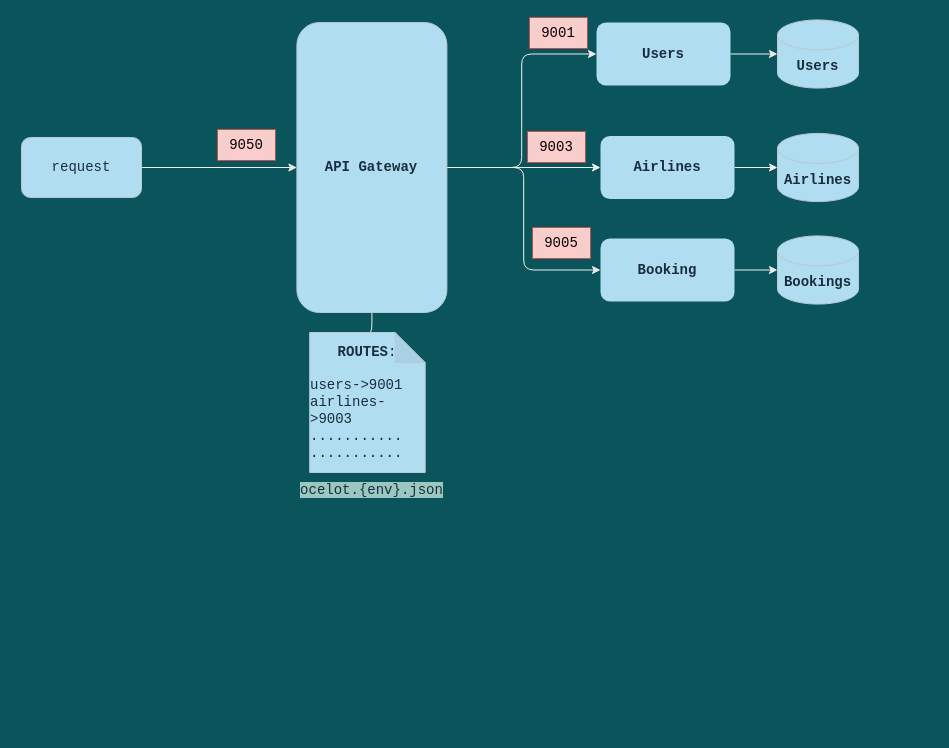
The draw.io diagram UsefulDocs/DesignDiagram/FlightAppDesign.drawio in sanjay-kumar-r/FlightDemo, before the edit. Source tidied: cells renumbered, new cells numbered last; positions are measured from the earlier drawing's top-left corner, leaving out a move shared by most shapes. Both pictures are drawn from the tidied source at 100%, with x=0, y=0 at pixel (21, 17).
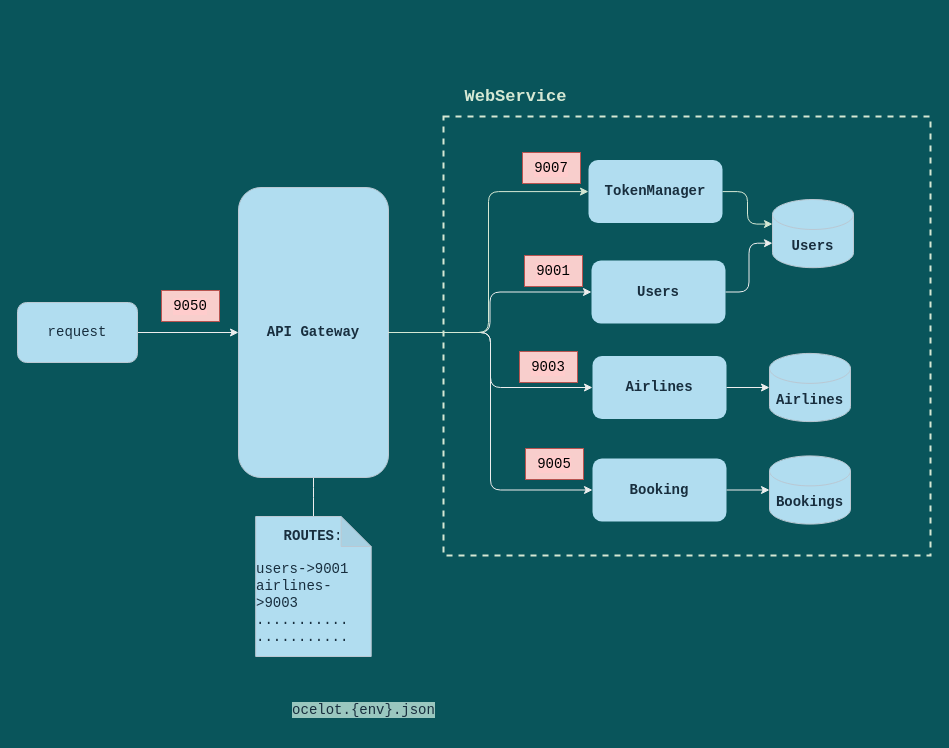
The same page after the edit.

Change to the diagram source:
```diff
@@
+    <mxCell id="6" value="&lt;font face=&quot;Courier New&quot; style=&quot;font-size: 14px&quot;&gt;&lt;b&gt;API Gateway&lt;/b&gt;&lt;/font&gt;" style="rounded=1;whiteSpace=wrap;html=1;fillColor=#B1DDF0;strokeColor=#BAC8D3;fontColor=#182E3E;" parent="1" vertex="1">
+      <mxGeometry x="217" y="170" width="150" height="290" as="geometry" />
+    </mxCell>
@@
-    <mxCell id="6" value="&lt;font face=&quot;Courier New&quot; style=&quot;font-size: 14px&quot;&gt;&lt;b&gt;API Gateway&lt;/b&gt;&lt;/font&gt;" style="rounded=1;whiteSpace=wrap;html=1;fillColor=#B1DDF0;strokeColor=#BAC8D3;fontColor=#182E3E;" parent="1" vertex="1">
-      <mxGeometry x="275.4" y="5" width="150" height="290" as="geometry" />
-    </mxCell>
     <mxCell id="7" value="&lt;font face=&quot;Courier New&quot; style=&quot;font-size: 14px&quot;&gt;&lt;b&gt;ROUTES&lt;/b&gt;:&lt;br&gt;&lt;br&gt;&lt;div style=&quot;text-align: left&quot;&gt;&lt;span&gt;users-&amp;gt;9001&lt;/span&gt;&lt;/div&gt;&lt;div style=&quot;text-align: left&quot;&gt;&lt;span&gt;airlines-&amp;gt;9003&lt;/span&gt;&lt;/div&gt;&lt;div style=&quot;text-align: left&quot;&gt;&lt;span&gt;...........&lt;/span&gt;&lt;/div&gt;&lt;div style=&quot;text-align: left&quot;&gt;&lt;span&gt;...........&lt;/span&gt;&lt;/div&gt;&lt;/font&gt;" style="shape=note;whiteSpace=wrap;html=1;backgroundOutline=1;darkOpacity=0.05;fillColor=#B1DDF0;strokeColor=#BAC8D3;fontColor=#182E3E;rounded=1;" parent="1" vertex="1">
-      <mxGeometry x="288.2" y="315" width="115.5" height="140" as="geometry" />
+      <mxGeometry x="234.2" y="499" width="115.5" height="140" as="geometry" />
     </mxCell>
+    <mxCell id="24" style="rounded=0;whiteSpace=wrap;html=1;fillColor=none;dashed=1;strokeColor=#D5E8D4;strokeWidth=2;" parent="1" vertex="1">
+      <mxGeometry x="422" y="99" width="487" height="439" as="geometry" />
+    </mxCell>
+    <mxCell id="25" style="edgeStyle=orthogonalEdgeStyle;rounded=1;jettySize=auto;html=1;entryX=0;entryY=0.5;entryDx=0;entryDy=0;strokeColor=#D5E8D4;" parent="1" edge="1" source="6" target="27">
+      <mxGeometry relative="1" as="geometry" />
+    </mxCell>
     <mxCell id="8" value="&lt;p&gt;&lt;font style=&quot;font-size: 14px ; background-color: rgb(154 , 199 , 191)&quot; face=&quot;Courier New&quot;&gt;ocelot.{env}.json&lt;/font&gt;&lt;/p&gt;" style="text;html=1;strokeColor=none;fillColor=none;align=center;verticalAlign=middle;whiteSpace=wrap;rounded=1;fontColor=#182E3E;" parent="1" vertex="1">
-      <mxGeometry x="271" y="458" width="158.8" height="30" as="geometry" />
+      <mxGeometry x="263" y="678" width="158.8" height="30" as="geometry" />
     </mxCell>
-    <mxCell id="9" style="edgeStyle=orthogonalEdgeStyle;curved=0;rounded=1;sketch=0;jettySize=auto;html=1;entryX=0;entryY=0.5;entryDx=0;entryDy=0;entryPerimeter=0;fontFamily=Courier New;fontSize=14;fontColor=#FFFFFF;strokeColor=#EEEEEE;" parent="1" edge="1" source="10" target="21">
+    <mxCell id="9" style="edgeStyle=orthogonalEdgeStyle;curved=0;rounded=1;sketch=0;jettySize=auto;html=1;entryX=0;entryY=0;entryDx=0;entryDy=43.6875;entryPerimeter=0;fontFamily=Courier New;fontSize=14;fontColor=#FFFFFF;strokeColor=#EEEEEE;" parent="1" edge="1" source="10" target="21">
       <mxGeometry relative="1" as="geometry" />
     </mxCell>
     <mxCell id="10" value="&lt;font face=&quot;Courier New&quot; style=&quot;font-size: 14px&quot;&gt;&lt;b&gt;Users&lt;/b&gt;&lt;/font&gt;" style="rounded=1;whiteSpace=wrap;html=1;fillColor=#B1DDF0;strokeColor=none;fontColor=#182E3E;" parent="1" vertex="1">
-      <mxGeometry x="575" y="5" width="134" height="63" as="geometry" />
+      <mxGeometry x="570" y="243" width="134" height="63" as="geometry" />
     </mxCell>
@@
     <mxCell id="12" value="&lt;font face=&quot;Courier New&quot; style=&quot;font-size: 14px&quot;&gt;&lt;b&gt;Airlines&lt;/b&gt;&lt;/font&gt;" style="rounded=1;whiteSpace=wrap;html=1;fillColor=#B1DDF0;strokeColor=none;fontColor=#182E3E;" parent="1" vertex="1">
-      <mxGeometry x="579" y="118.5" width="134" height="63" as="geometry" />
+      <mxGeometry x="571" y="338.5" width="134" height="63" as="geometry" />
     </mxCell>
@@
     <mxCell id="14" value="&lt;font face=&quot;Courier New&quot; style=&quot;font-size: 14px&quot;&gt;&lt;b&gt;Booking&lt;/b&gt;&lt;/font&gt;" style="rounded=1;whiteSpace=wrap;html=1;fillColor=#B1DDF0;strokeColor=none;fontColor=#182E3E;" parent="1" vertex="1">
-      <mxGeometry x="579" y="221" width="134" height="63" as="geometry" />
+      <mxGeometry x="571" y="441" width="134" height="63" as="geometry" />
     </mxCell>
     <mxCell id="15" value="9003" style="rounded=0;whiteSpace=wrap;html=1;labelBackgroundColor=#FFCCCC;sketch=0;fontFamily=Courier New;fontSize=14;strokeColor=#b85450;fillColor=#f8cecc;" parent="1" vertex="1">
-      <mxGeometry x="506" y="114" width="58" height="31" as="geometry" />
+      <mxGeometry x="498" y="334" width="58" height="31" as="geometry" />
     </mxCell>
     <mxCell id="16" value="9001" style="rounded=0;whiteSpace=wrap;html=1;labelBackgroundColor=#FFCCCC;sketch=0;fontFamily=Courier New;fontSize=14;strokeColor=#b85450;fillColor=#f8cecc;" parent="1" vertex="1">
-      <mxGeometry x="508" width="58" height="31" as="geometry" />
+      <mxGeometry x="503" y="238" width="58" height="31" as="geometry" />
     </mxCell>
     <mxCell id="17" value="9050" style="rounded=0;whiteSpace=wrap;html=1;labelBackgroundColor=#FFCCCC;sketch=0;fontFamily=Courier New;fontSize=14;strokeColor=#b85450;fillColor=#f8cecc;" parent="1" vertex="1">
-      <mxGeometry x="196" y="112" width="58" height="31" as="geometry" />
+      <mxGeometry x="140" y="273" width="58" height="31" as="geometry" />
     </mxCell>
@@
     <mxCell id="19" value="request" style="rounded=1;whiteSpace=wrap;html=1;labelBackgroundColor=none;sketch=0;fontFamily=Courier New;fontSize=14;fontColor=#182E3E;strokeColor=#BAC8D3;fillColor=#B1DDF0;" parent="1" vertex="1">
-      <mxGeometry y="120" width="120" height="60" as="geometry" />
+      <mxGeometry x="-4" y="285" width="120" height="60" as="geometry" />
     </mxCell>
     <mxCell id="20" value="9005" style="rounded=0;whiteSpace=wrap;html=1;labelBackgroundColor=#FFCCCC;sketch=0;fontFamily=Courier New;fontSize=14;strokeColor=#b85450;fillColor=#f8cecc;" parent="1" vertex="1">
-      <mxGeometry x="511" y="210" width="58" height="31" as="geometry" />
+      <mxGeometry x="504" y="431" width="58" height="31" as="geometry" />
     </mxCell>
     <mxCell id="21" value="&lt;b&gt;Users&lt;/b&gt;" style="shape=cylinder3;whiteSpace=wrap;html=1;boundedLbl=1;backgroundOutline=1;size=15;rounded=1;labelBackgroundColor=none;sketch=0;fontFamily=Courier New;fontSize=14;fontColor=#182E3E;strokeColor=#BAC8D3;fillColor=#B1DDF0;" parent="1" vertex="1">
-      <mxGeometry x="756" y="2.4" width="81" height="68.2" as="geometry" />
+      <mxGeometry x="751" y="182" width="81" height="68.2" as="geometry" />
     </mxCell>
     <mxCell id="22" value="&lt;b&gt;Bookings&lt;/b&gt;" style="shape=cylinder3;whiteSpace=wrap;html=1;boundedLbl=1;backgroundOutline=1;size=15;rounded=1;labelBackgroundColor=none;sketch=0;fontFamily=Courier New;fontSize=14;fontColor=#182E3E;strokeColor=#BAC8D3;fillColor=#B1DDF0;" parent="1" vertex="1">
-      <mxGeometry x="756" y="218.4" width="81" height="68.2" as="geometry" />
+      <mxGeometry x="748" y="438.4" width="81" height="68.2" as="geometry" />
     </mxCell>
     <mxCell id="23" value="&lt;b&gt;Airlines&lt;/b&gt;" style="shape=cylinder3;whiteSpace=wrap;html=1;boundedLbl=1;backgroundOutline=1;size=15;rounded=1;labelBackgroundColor=none;sketch=0;fontFamily=Courier New;fontSize=14;fontColor=#182E3E;strokeColor=#BAC8D3;fillColor=#B1DDF0;" parent="1" vertex="1">
-      <mxGeometry x="756" y="115.9" width="81" height="68.2" as="geometry" />
+      <mxGeometry x="748" y="335.9" width="81" height="68.2" as="geometry" />
     </mxCell>
+    <mxCell id="26" style="edgeStyle=orthogonalEdgeStyle;rounded=1;jettySize=auto;html=1;entryX=0;entryY=0;entryDx=0;entryDy=24.5625;entryPerimeter=0;strokeColor=#D5E8D4;" parent="1" edge="1" source="27" target="21">
+      <mxGeometry relative="1" as="geometry" />
+    </mxCell>
+    <mxCell id="27" value="&lt;font face=&quot;Courier New&quot; style=&quot;font-size: 14px&quot;&gt;&lt;b&gt;TokenManager&lt;/b&gt;&lt;/font&gt;" style="rounded=1;whiteSpace=wrap;html=1;fillColor=#B1DDF0;strokeColor=none;fontColor=#182E3E;" parent="1" vertex="1">
+      <mxGeometry x="567" y="142.6" width="134" height="63" as="geometry" />
+    </mxCell>
+    <mxCell id="28" value="9007" style="rounded=0;whiteSpace=wrap;html=1;labelBackgroundColor=#FFCCCC;sketch=0;fontFamily=Courier New;fontSize=14;strokeColor=#b85450;fillColor=#f8cecc;" parent="1" vertex="1">
+      <mxGeometry x="501" y="135" width="58" height="31" as="geometry" />
+    </mxCell>
+    <mxCell id="29" value="&lt;p&gt;&lt;font color=&quot;#d5e8d4&quot; face=&quot;Courier New&quot; size=&quot;1&quot;&gt;&lt;b style=&quot;font-size: 17px&quot;&gt;WebService&lt;/b&gt;&lt;/font&gt;&lt;/p&gt;" style="text;html=1;align=center;verticalAlign=middle;strokeColor=none;fillColor=none;" parent="1" vertex="1">
+      <mxGeometry x="439" y="58" width="110" height="44" as="geometry" />
+    </mxCell>
```
